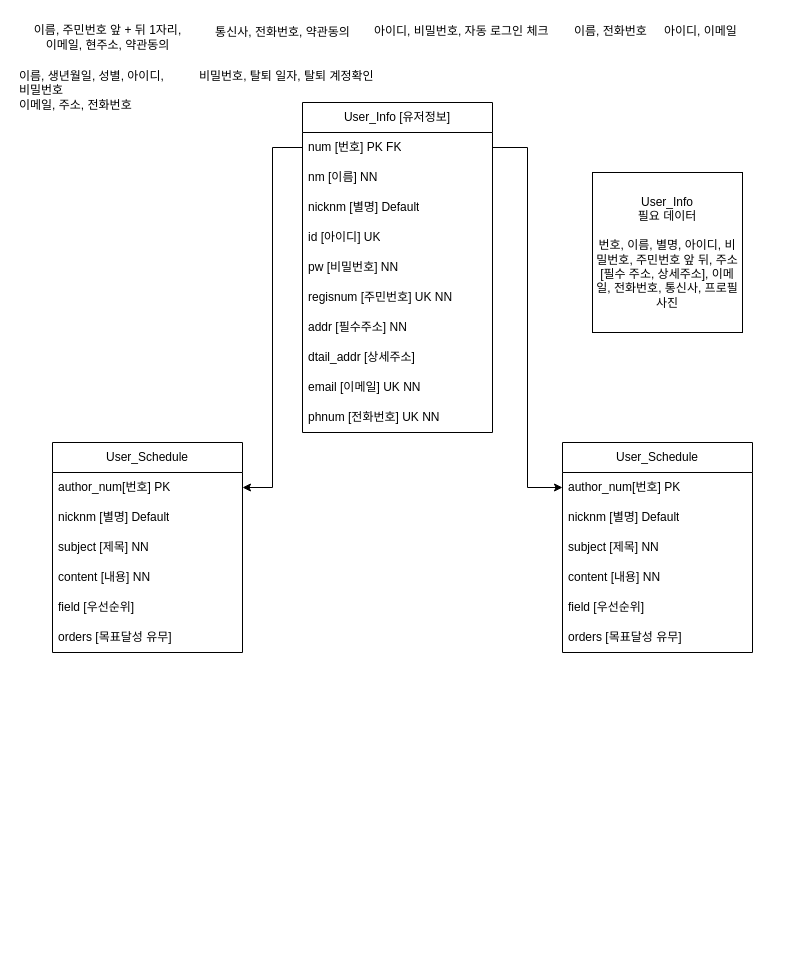
This is portfolio/To-do List ERD.drawio from D-o-H-w-a/SelfStudy, a draw.io file, before an edit. Source tidied: cells renumbered, new cells numbered last; positions are measured from the earlier drawing's top-left corner, leaving out a move shared by most shapes. Both pictures are drawn from the tidied source at 100%, with x=0, y=0 at pixel (17, 17).
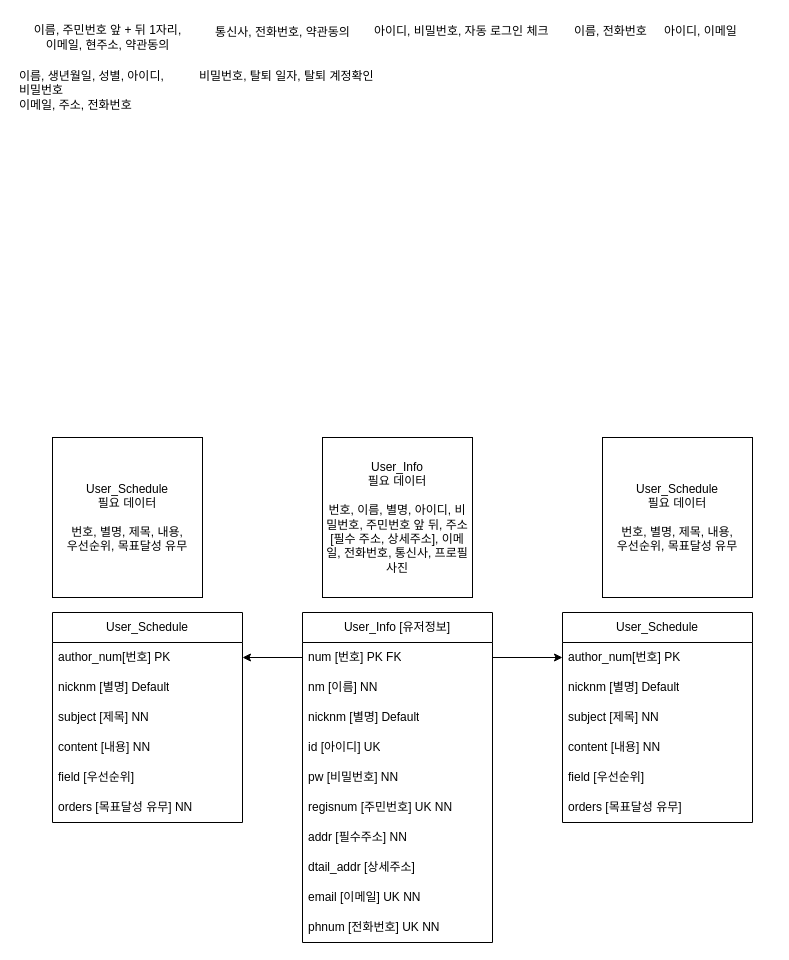
The same page after the edit.

Commit message:
ERD 위치 변경 및 유저 스케줄 수정

ERD 텍스트 위치 변경
유저 스케줄 orders 컬럼 NN 속성 추가

Diff of the diagram source:
```diff
@@
     <mxCell id="2" value="User_Info [유저정보]" style="swimlane;fontStyle=0;horizontal=1;startSize=30;whiteSpace=wrap;html=1;" parent="1" vertex="1">
-      <mxGeometry x="285" y="85" width="190" height="330" as="geometry" />
+      <mxGeometry x="285" y="595" width="190" height="330" as="geometry" />
     </mxCell>
@@
     <mxCell id="20" value="User_Info&lt;br&gt;필요 데이터&lt;br&gt;&lt;br&gt;번호, 이름, 별명, 아이디, 비밀번호, 주민번호 앞 뒤, 주소[필수 주소, 상세주소], 이메일, 전화번호, 통신사, 프로필 사진" style="rounded=0;whiteSpace=wrap;html=1;" parent="1" vertex="1">
-      <mxGeometry x="575" y="155" width="150" height="160" as="geometry" />
+      <mxGeometry x="305" y="420" width="150" height="160" as="geometry" />
     </mxCell>
     <mxCell id="21" value="User_Schedule" style="swimlane;fontStyle=0;horizontal=1;startSize=30;whiteSpace=wrap;html=1;" parent="1" vertex="1">
-      <mxGeometry x="35" y="425" width="190" height="210" as="geometry" />
+      <mxGeometry x="35" y="595" width="190" height="210" as="geometry" />
     </mxCell>
@@
-    <mxCell id="27" value="orders [목표달성 유무]" style="text;strokeColor=none;fillColor=none;align=left;verticalAlign=middle;spacingLeft=4;spacingRight=4;overflow=hidden;whiteSpace=wrap;html=1;" parent="21" vertex="1">
+    <mxCell id="27" value="orders [목표달성 유무] NN" style="text;strokeColor=none;fillColor=none;align=left;verticalAlign=middle;spacingLeft=4;spacingRight=4;overflow=hidden;whiteSpace=wrap;html=1;" parent="21" vertex="1">
       <mxGeometry y="180" width="190" height="30" as="geometry" />
     </mxCell>
@@
     <mxCell id="29" value="User_Schedule" style="swimlane;fontStyle=0;horizontal=1;startSize=30;whiteSpace=wrap;html=1;" parent="1" vertex="1">
-      <mxGeometry x="545" y="425" width="190" height="210" as="geometry" />
+      <mxGeometry x="545" y="595" width="190" height="210" as="geometry" />
     </mxCell>
@@
+    <mxCell id="37" value="User_Schedule&lt;br&gt;필요 데이터&lt;br&gt;&lt;br&gt;번호, 별명, 제목, 내용,&lt;div&gt;우선순위, 목표달성 유무&lt;/div&gt;" style="rounded=0;whiteSpace=wrap;html=1;" parent="1" vertex="1">
+      <mxGeometry x="35" y="420" width="150" height="160" as="geometry" />
+    </mxCell>
+    <mxCell id="38" value="User_Schedule&lt;br&gt;필요 데이터&lt;br&gt;&lt;br&gt;번호, 별명, 제목, 내용,&lt;div&gt;우선순위, 목표달성 유무&lt;/div&gt;" style="rounded=0;whiteSpace=wrap;html=1;" parent="1" vertex="1">
+      <mxGeometry x="585" y="420" width="150" height="160" as="geometry" />
+    </mxCell>
```
